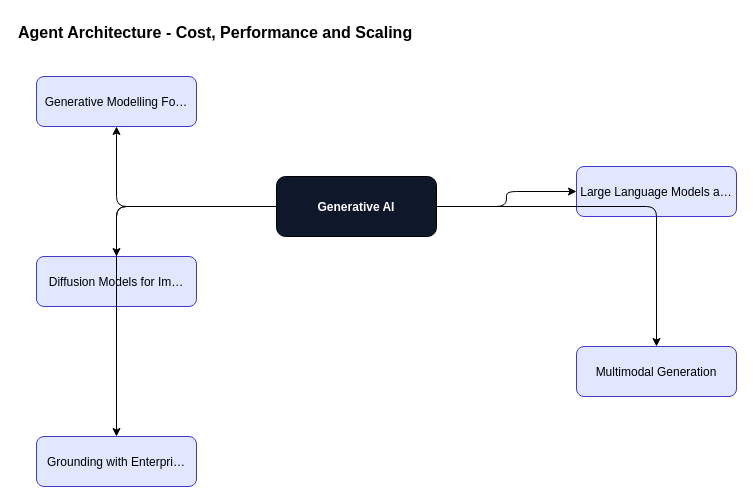
Above: content/generative-ai/generative-ai-foundations/diagrams/fig-030-agent-architecture.drawio in ankit05121980/AI-University (draw.io), before the change. Source tidied: cells renumbered, new cells numbered last; positions are measured from the earlier drawing's top-left corner, leaving out a move shared by most shapes. Both pictures are drawn from the tidied source at 100%, with x=0, y=0 at pixel (16, 16).
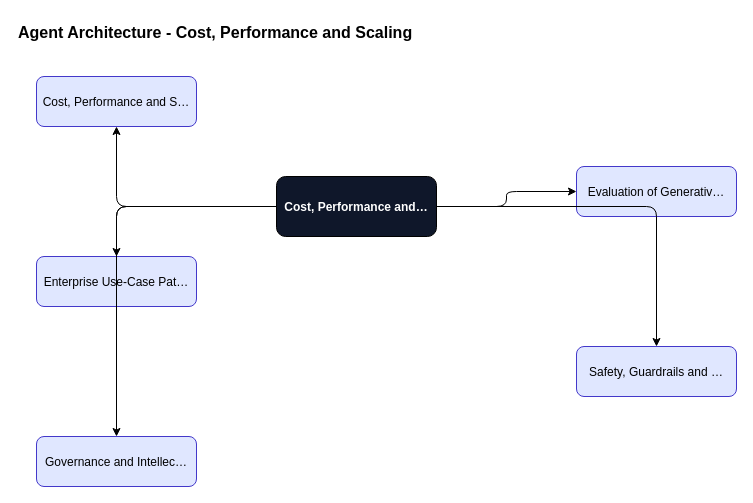
The same page after the edit.

Change to the diagram source:
```diff
@@
 <mxGraphModel>
   <root>
     <mxCell id="0" />
     <mxCell id="1" parent="0" />
     <mxCell id="2" value="Agent Architecture - Cost, Performance and Scaling" style="text;fontSize=16;fontStyle=1;" parent="1" vertex="1">
       <mxGeometry width="600" height="30" as="geometry" />
     </mxCell>
-    <mxCell id="3" value="Generative AI" style="rounded=1;fillColor=#0f172a;fontColor=#ffffff;fontStyle=1;" parent="1" vertex="1">
+    <mxCell id="3" value="Cost, Performance and…" style="rounded=1;fillColor=#0f172a;fontColor=#ffffff;fontStyle=1;" parent="1" vertex="1">
       <mxGeometry x="260" y="160" width="160" height="60" as="geometry" />
     </mxCell>
-    <mxCell id="4" value="Generative Modelling Fo…" style="rounded=1;fillColor=#e0e7ff;strokeColor=#4338ca;" parent="1" vertex="1">
+    <mxCell id="4" value="Cost, Performance and S…" style="rounded=1;fillColor=#e0e7ff;strokeColor=#4338ca;" parent="1" vertex="1">
       <mxGeometry x="20" y="60" width="160" height="50" as="geometry" />
     </mxCell>
     <mxCell id="5" style="edgeStyle=orthogonalEdgeStyle;" parent="1" edge="1" source="3" target="4">
       <mxGeometry relative="1" as="geometry" />
     </mxCell>
-    <mxCell id="6" value="Large Language Models a…" style="rounded=1;fillColor=#e0e7ff;strokeColor=#4338ca;" parent="1" vertex="1">
+    <mxCell id="6" value="Evaluation of Generativ…" style="rounded=1;fillColor=#e0e7ff;strokeColor=#4338ca;" parent="1" vertex="1">
       <mxGeometry x="560" y="150" width="160" height="50" as="geometry" />
     </mxCell>
     <mxCell id="7" style="edgeStyle=orthogonalEdgeStyle;" parent="1" edge="1" source="3" target="6">
       <mxGeometry relative="1" as="geometry" />
     </mxCell>
-    <mxCell id="8" value="Diffusion Models for Im…" style="rounded=1;fillColor=#e0e7ff;strokeColor=#4338ca;" parent="1" vertex="1">
+    <mxCell id="8" value="Enterprise Use-Case Pat…" style="rounded=1;fillColor=#e0e7ff;strokeColor=#4338ca;" parent="1" vertex="1">
       <mxGeometry x="20" y="240" width="160" height="50" as="geometry" />
     </mxCell>
     <mxCell id="9" style="edgeStyle=orthogonalEdgeStyle;" parent="1" edge="1" source="3" target="8">
       <mxGeometry relative="1" as="geometry" />
     </mxCell>
-    <mxCell id="10" value="Multimodal Generation" style="rounded=1;fillColor=#e0e7ff;strokeColor=#4338ca;" parent="1" vertex="1">
+    <mxCell id="10" value="Safety, Guardrails and …" style="rounded=1;fillColor=#e0e7ff;strokeColor=#4338ca;" parent="1" vertex="1">
       <mxGeometry x="560" y="330" width="160" height="50" as="geometry" />
     </mxCell>
     <mxCell id="11" style="edgeStyle=orthogonalEdgeStyle;" parent="1" edge="1" source="3" target="10">
       <mxGeometry relative="1" as="geometry" />
     </mxCell>
-    <mxCell id="12" value="Grounding with Enterpri…" style="rounded=1;fillColor=#e0e7ff;strokeColor=#4338ca;" parent="1" vertex="1">
+    <mxCell id="12" value="Governance and Intellec…" style="rounded=1;fillColor=#e0e7ff;strokeColor=#4338ca;" parent="1" vertex="1">
       <mxGeometry x="20" y="420" width="160" height="50" as="geometry" />
     </mxCell>
     <mxCell id="13" style="edgeStyle=orthogonalEdgeStyle;" parent="1" edge="1" source="3" target="12">
       <mxGeometry relative="1" as="geometry" />
     </mxCell>
   </root>
 </mxGraphModel>
```
